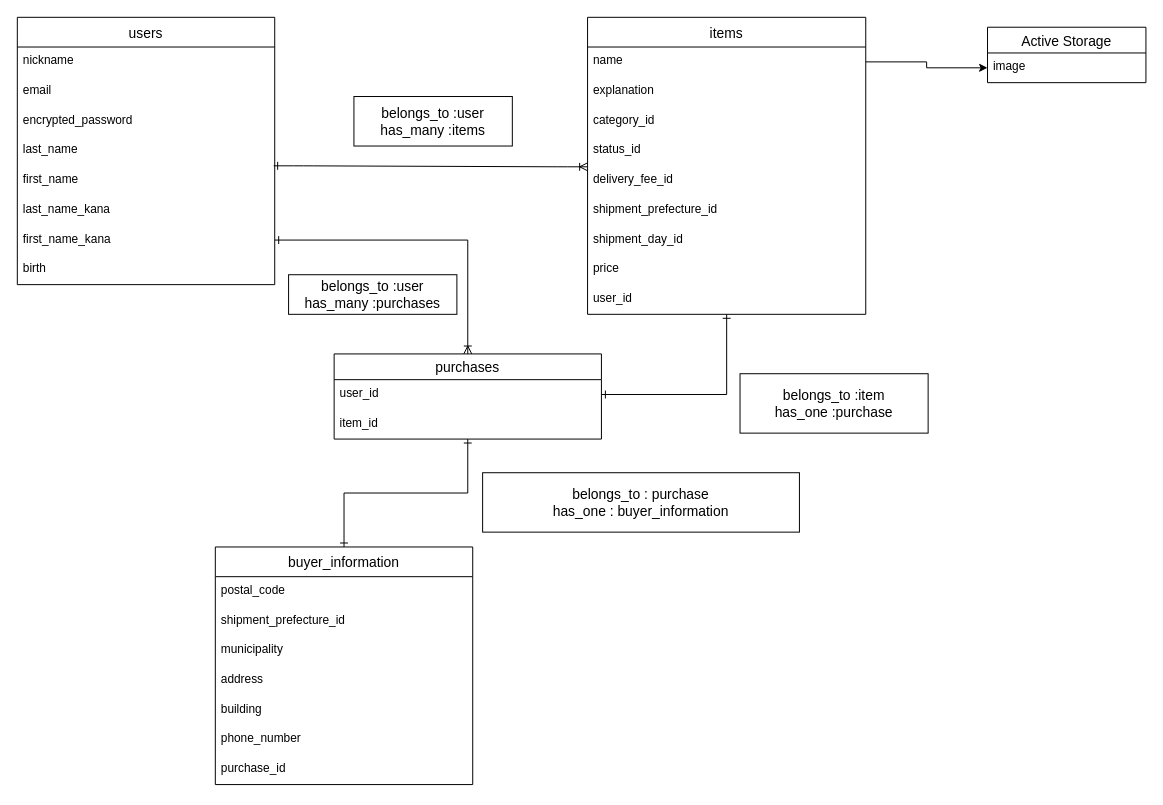
Before: Database.dio in ALBAS23/furima-28673, a draw.io diagram. Source tidied: cells renumbered, new cells numbered last; positions are measured from the earlier drawing's top-left corner, leaving out a move shared by most shapes. Both pictures are drawn from the tidied source at 99%, with x=0, y=0 at pixel (17, 17).
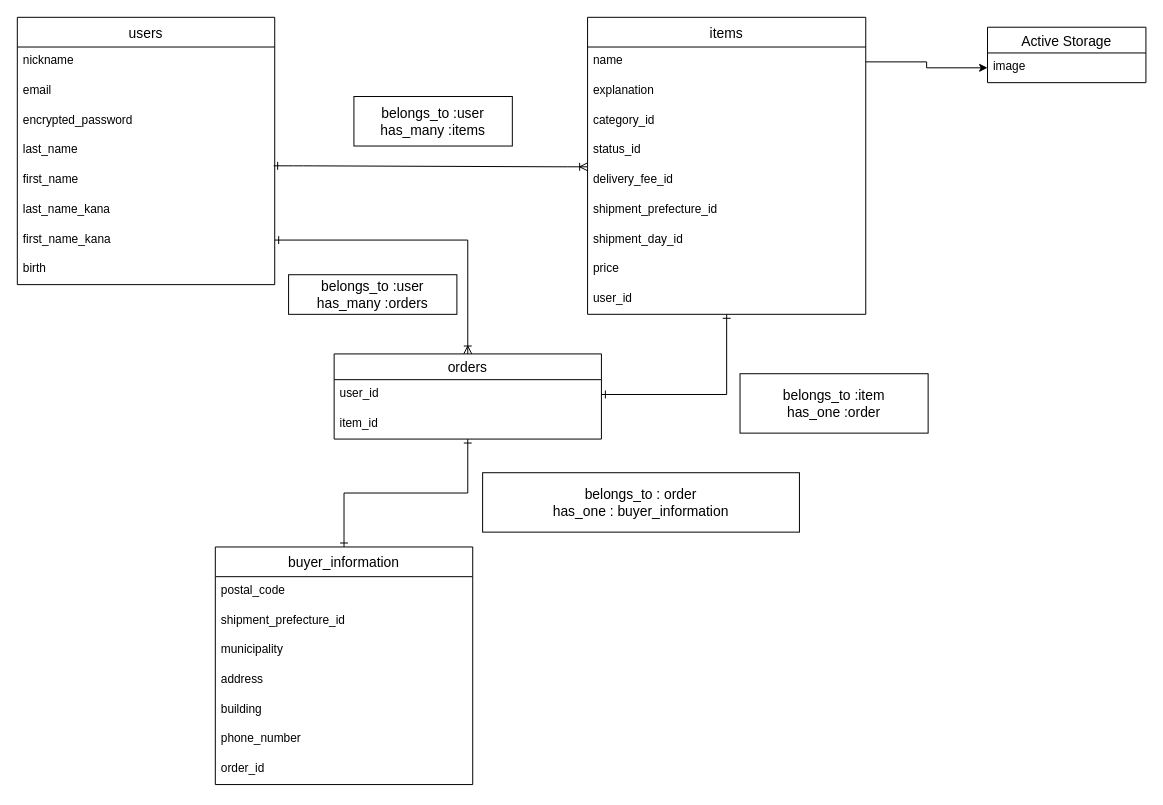
After the change.

The change refers to these unchanged cells:
```xml
<mxCell id="2" value="buyer_information" style="swimlane;fontStyle=0;horizontal=1;startSize=30;align=center;fontSize=14;rotation=0;" parent="1" vertex="1">
  <mxGeometry x="200" y="535" width="260" height="240" as="geometry" />
</mxCell>
```

The edit, as a diff of the source:
```diff
@@
-    <mxCell id="9" value="purchase_id" style="text;strokeColor=none;fillColor=none;spacingLeft=4;spacingRight=4;overflow=hidden;fontSize=12;rotation=0;" parent="2" vertex="1">
+    <mxCell id="9" value="order_id" style="text;strokeColor=none;fillColor=none;spacingLeft=4;spacingRight=4;overflow=hidden;fontSize=12;rotation=0;" parent="2" vertex="1">
       <mxGeometry y="210" width="260" height="30" as="geometry" />
     </mxCell>
@@
-    <mxCell id="31" value="belongs_to :item&lt;br&gt;has_one :purchase" style="whiteSpace=wrap;html=1;startSize=30;fontSize=14;" parent="1" vertex="1">
+    <mxCell id="31" value="belongs_to :item&lt;br&gt;has_one :order" style="whiteSpace=wrap;html=1;startSize=30;fontSize=14;" parent="1" vertex="1">
       <mxGeometry x="730" y="360" width="190" height="60" as="geometry" />
     </mxCell>
-    <mxCell id="32" value="belongs_to :user&lt;br&gt;has_many :purchases" style="whiteSpace=wrap;html=1;startSize=30;fontSize=14;" parent="1" vertex="1">
+    <mxCell id="32" value="belongs_to :user&lt;br&gt;has_many :orders" style="whiteSpace=wrap;html=1;startSize=30;fontSize=14;" parent="1" vertex="1">
       <mxGeometry x="274" y="260" width="170" height="40" as="geometry" />
     </mxCell>
@@
-    <mxCell id="35" value="purchases" style="swimlane;fontStyle=0;horizontal=1;startSize=26;align=center;fontSize=14;" parent="1" vertex="1">
+    <mxCell id="35" value="orders" style="swimlane;fontStyle=0;horizontal=1;startSize=26;align=center;fontSize=14;" parent="1" vertex="1">
       <mxGeometry x="320" y="340" width="270" height="86" as="geometry" />
     </mxCell>
@@
-    <mxCell id="38" value="belongs_to : purchase&lt;br&gt;has_one : buyer_information" style="whiteSpace=wrap;html=1;startSize=30;fontSize=14;" parent="1" vertex="1">
+    <mxCell id="38" value="belongs_to : order&lt;br&gt;has_one : buyer_information" style="whiteSpace=wrap;html=1;startSize=30;fontSize=14;" parent="1" vertex="1">
       <mxGeometry x="470" y="460" width="320" height="60" as="geometry" />
     </mxCell>
```
